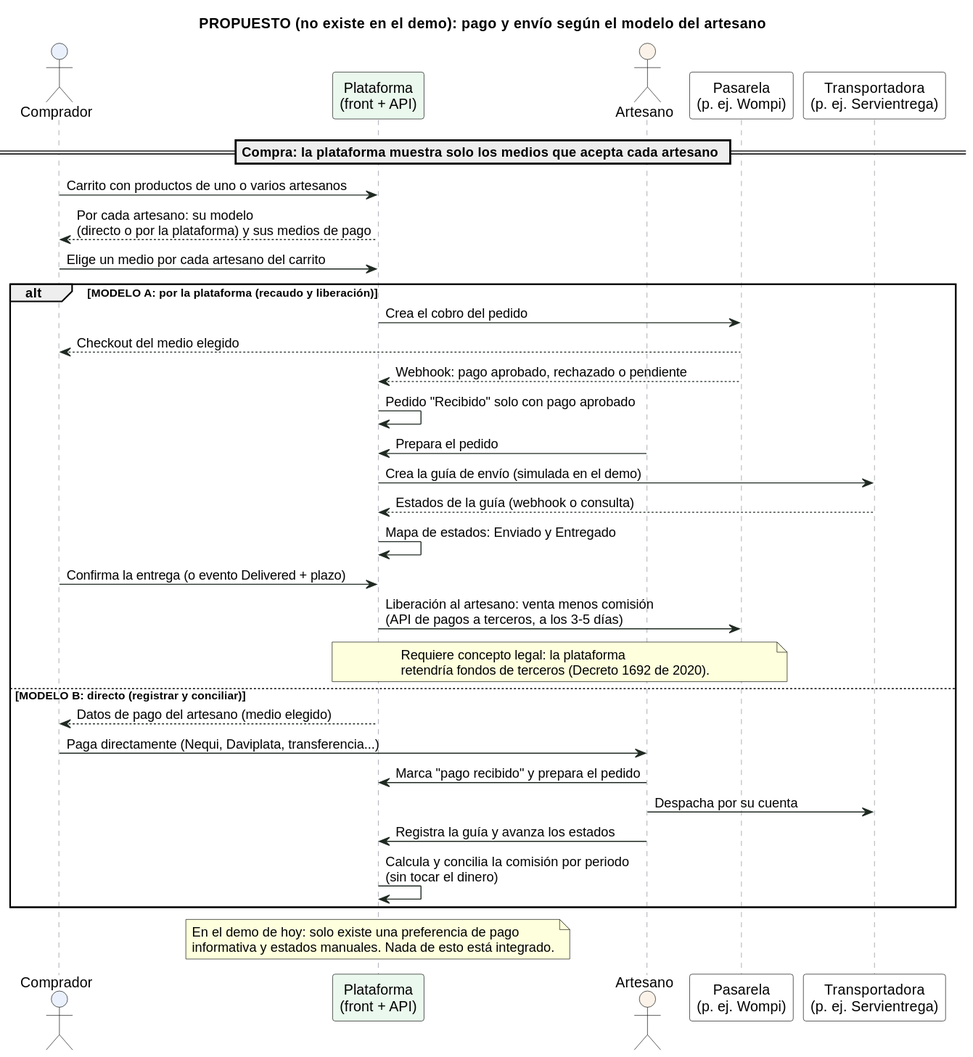
Above: docs/diagramas/f6e-pago-y-envio-modelos.svg in jorgeluisarevalo09027/makicol-marketplace (PlantUML), before the change. The source it was exported from:
```plantuml
@startuml
title PROPUESTO (no existe en el demo): pago y envío según el modelo del artesano

skinparam shadowing false
skinparam defaultFontName Arial
skinparam sequence {
  ArrowColor #1F2A22
  LifeLineBorderColor #8a8f99
  NoteBackgroundColor #FDF6E3
  NoteBorderColor #B08900
}

actor "Comprador" as C #EAF1FC
participant "Plataforma\n(front + API)" as S #EAF8ED
actor "Artesano" as A #FBF3E9
participant "Pasarela\n(p. ej. Wompi)" as G #FFFFFF
participant "Transportadora\n(p. ej. Servientrega)" as T #FFFFFF

== Compra: la plataforma muestra solo los medios que acepta cada artesano ==
C -> S : Carrito con productos de uno o varios artesanos
S --> C : Por cada artesano: su modelo\n(directo o por la plataforma) y sus medios de pago
C -> S : Elige un medio por cada artesano del carrito

alt MODELO A: por la plataforma (recaudo y liberación)
  S -> G : Crea el cobro del pedido
  G --> C : Checkout del medio elegido
  G --> S : Webhook: pago aprobado, rechazado o pendiente
  S -> S : Pedido "Recibido" solo con pago aprobado
  A -> S : Prepara el pedido
  S -> T : Crea la guía de envío (simulada en el demo)
  T --> S : Estados de la guía (webhook o consulta)
  S -> S : Mapa de estados: Enviado y Entregado
  C -> S : Confirma la entrega (o evento Delivered + plazo)
  S -> G : Liberación al artesano: venta menos comisión\n(API de pagos a terceros, a los 3-5 días)
  note over S, G
    Requiere concepto legal: la plataforma
    retendría fondos de terceros (Decreto 1692 de 2020).
  end note
else MODELO B: directo (registrar y conciliar)
  S --> C : Datos de pago del artesano (medio elegido)
  C -> A : Paga directamente (Nequi, Daviplata, transferencia...)
  A -> S : Marca "pago recibido" y prepara el pedido
  A -> T : Despacha por su cuenta
  A -> S : Registra la guía y avanza los estados
  S -> S : Calcula y concilia la comisión por periodo\n(sin tocar el dinero)
end

note over S
  En el demo de hoy: solo existe una preferencia de pago
  informativa y estados manuales. Nada de esto está integrado.
end note
@enduml
```
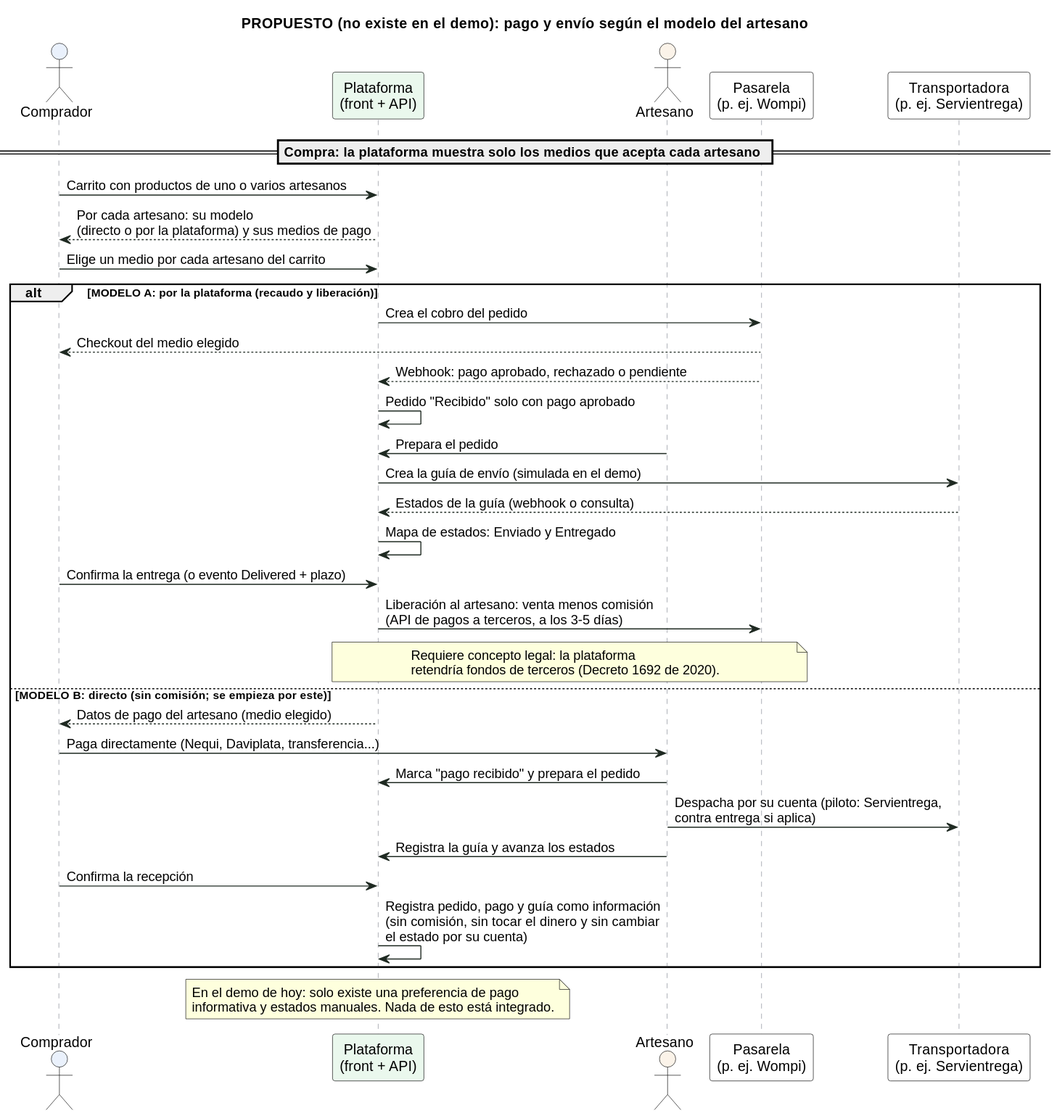
After the commit.

Commit message:
docs: add Parte 1 de pagos y envios con decisiones de modelo B, contra entrega y asesoria legal

Elegir por artesano, empezar por modelo B sin comision, contra entrega por transportadora, patrocinio como primera financiacion, simulacion en backend, piloto con Servientrega, envios internacionales como posibles no ejecutados y rubro de asesoria legal por cotizar.

Change to the diagram source:
```diff
@@ -36,13 +36,14 @@
     Requiere concepto legal: la plataforma
     retendría fondos de terceros (Decreto 1692 de 2020).
   end note
-else MODELO B: directo (registrar y conciliar)
+else MODELO B: directo (sin comisión; se empieza por este)
   S --> C : Datos de pago del artesano (medio elegido)
   C -> A : Paga directamente (Nequi, Daviplata, transferencia...)
   A -> S : Marca "pago recibido" y prepara el pedido
-  A -> T : Despacha por su cuenta
+  A -> T : Despacha por su cuenta (piloto: Servientrega,\ncontra entrega si aplica)
   A -> S : Registra la guía y avanza los estados
-  S -> S : Calcula y concilia la comisión por periodo\n(sin tocar el dinero)
+  C -> S : Confirma la recepción
+  S -> S : Registra pedido, pago y guía como información\n(sin comisión, sin tocar el dinero y sin cambiar\nel estado por su cuenta)
 end
 
 note over S
```
